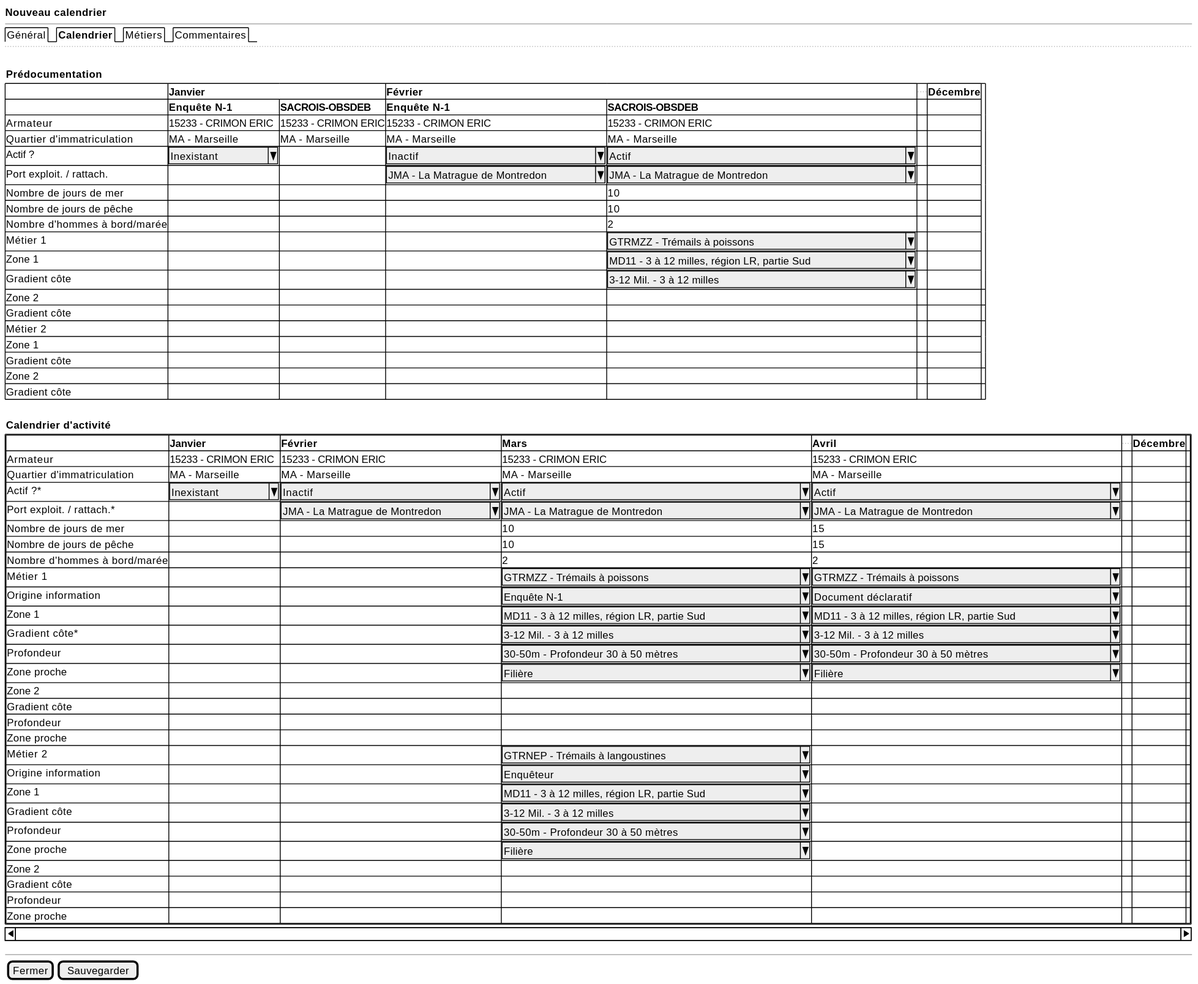
Before: projects/activity-calendar/spe/images/activity-calendar-new.svg, a diagram exported from PlantUML (sumaris-net/sumaris-doc). Its source is kept beside it as projects/activity-calendar/spe/images/activity-calendar-new.puml.
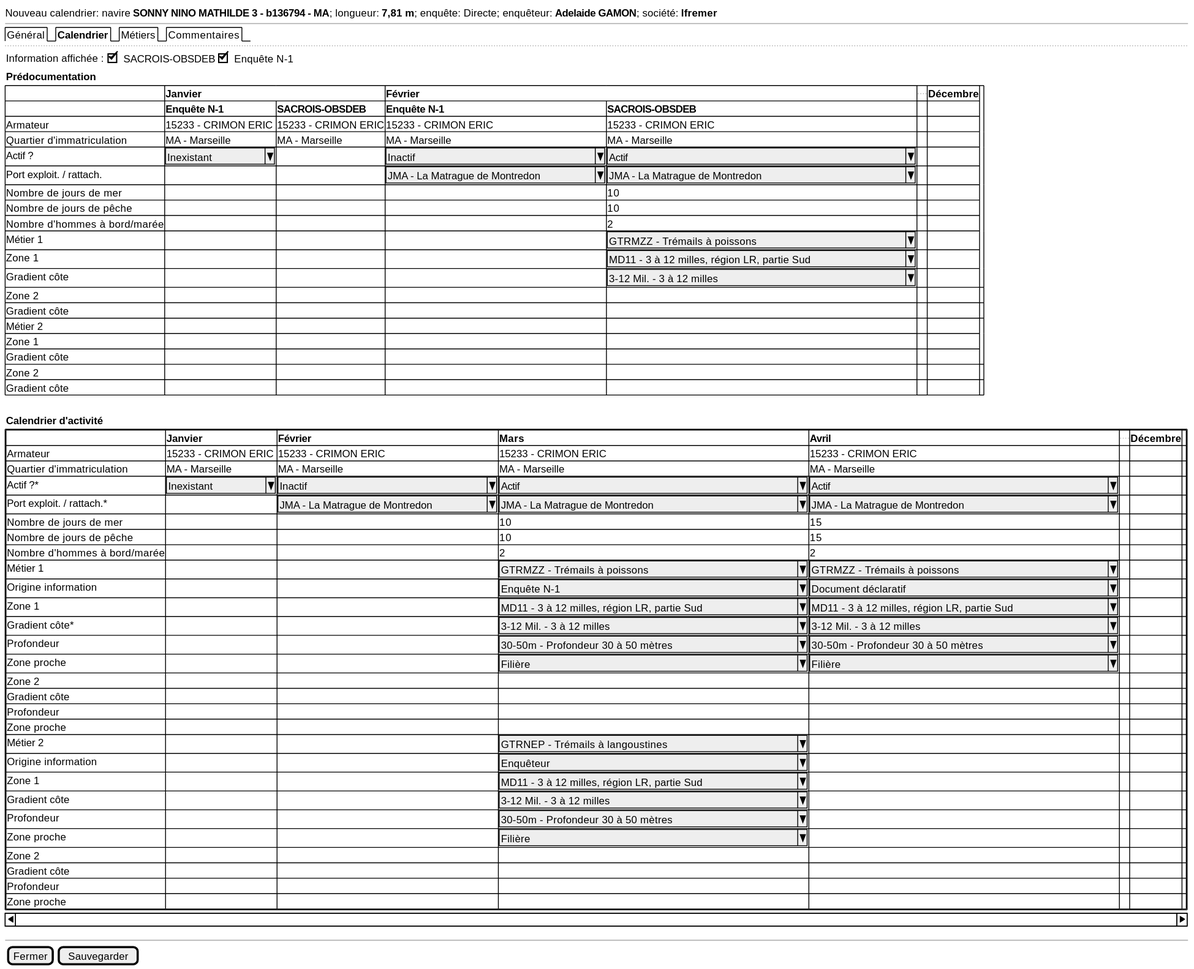
After the change.

Diff of the diagram source:
```diff
@@ -1,11 +1,11 @@
 @startsalt
 {
-  <b>Nouveau calendrier
+  Nouveau calendrier: navire <b>SONNY NINO MATHILDE 3 - b136794 - MA</b>; longueur: <b>7,81 m</b>; enquête: Directe; enquêteur: <b>Adelaide GAMON</b>; société: <b>Ifremer</b>
   --
   {/ Général | <b>Calendrier | Métiers | Commentaires }
   ..
-  .
 
+  {Information affichée :  {[X]SACROIS-OBSDEB | [X]Enquête N-1 }}
   {<b>Prédocumentation}
   	{#
      . | <b>Janvier | * | <b>Février | * | ... | <b>Décembre
```
